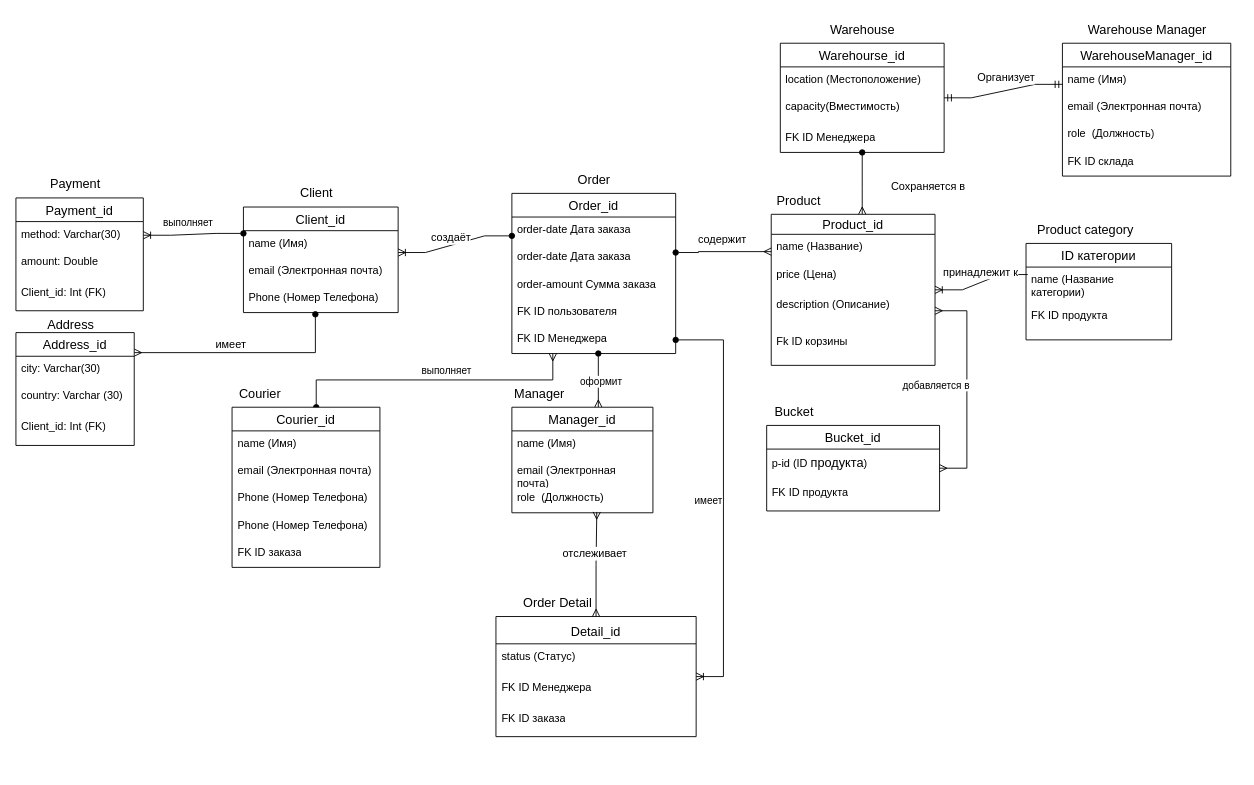
Above: obos_6th.drawio in mati-tech/draw.io (draw.io), before the change. Source tidied: cells renumbered, new cells numbered last; positions are measured from the earlier drawing's top-left corner, leaving out a move shared by most shapes. Both pictures are drawn from the tidied source at 91%, with x=0, y=0 at pixel (15, 15).
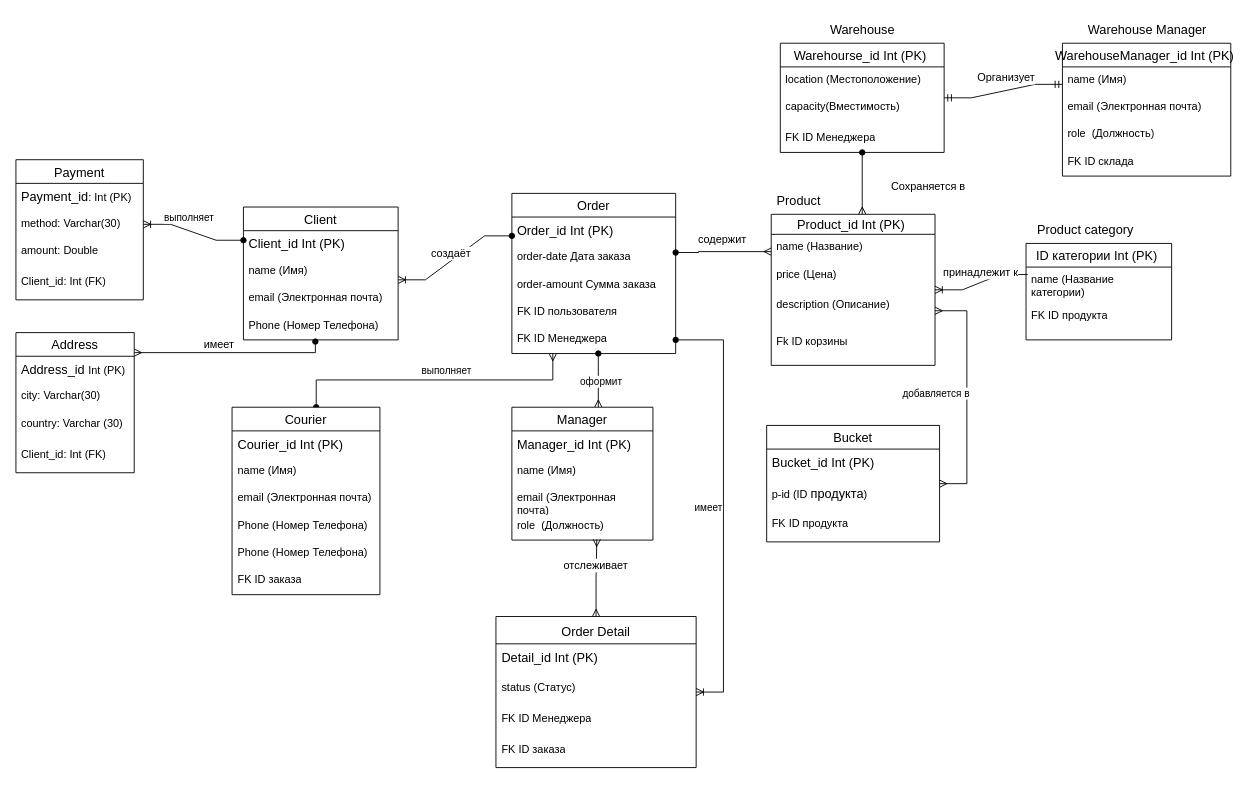
After the change.

The edit, as a diff of the source:
```diff
@@
-    <mxCell id="2" value="Client_id" style="swimlane;fontStyle=0;horizontal=1;startSize=26;align=center;fontSize=14;" parent="1" vertex="1">
-      <mxGeometry x="250" y="210" width="170" height="116" as="geometry" />
+    <mxCell id="2" value="Client" style="swimlane;fontStyle=0;horizontal=1;startSize=26;align=center;fontSize=14;" parent="1" vertex="1">
+      <mxGeometry x="250" y="210" width="170" height="146" as="geometry" />
     </mxCell>
+    <mxCell id="90" value="&lt;div&gt;&lt;span style=&quot;font-size: 14px; text-align: center; text-wrap-mode: nowrap;&quot;&gt;Client_id&amp;nbsp;Int (PK)&amp;nbsp;&lt;/span&gt;&lt;/div&gt;" style="text;strokeColor=none;fillColor=none;spacingLeft=4;spacingRight=4;overflow=hidden;fontSize=12;whiteSpace=wrap;html=1;" parent="2" vertex="1">
+      <mxGeometry y="26" width="170" height="30" as="geometry" />
+    </mxCell>
     <mxCell id="3" value="name (Имя)&lt;div&gt;&lt;br&gt;&lt;/div&gt;" style="text;strokeColor=none;fillColor=none;spacingLeft=4;spacingRight=4;overflow=hidden;points=[[0,0.5],[1,0.5]];portConstraint=eastwest;fontSize=12;whiteSpace=wrap;html=1;" parent="2" vertex="1">
-      <mxGeometry y="26" width="170" height="30" as="geometry" />
+      <mxGeometry y="56" width="170" height="30" as="geometry" />
     </mxCell>
     <mxCell id="4" value="email (Электронная почта)&lt;div&gt;&lt;br&gt;&lt;/div&gt;" style="text;strokeColor=none;fillColor=none;spacingLeft=4;spacingRight=4;overflow=hidden;fontSize=12;whiteSpace=wrap;html=1;" parent="2" vertex="1">
-      <mxGeometry y="56" width="170" height="30" as="geometry" />
+      <mxGeometry y="86" width="170" height="30" as="geometry" />
     </mxCell>
     <mxCell id="5" value="Phone (Номер Телефона)&lt;div&gt;&lt;br&gt;&lt;/div&gt;" style="text;strokeColor=none;fillColor=none;spacingLeft=4;spacingRight=4;overflow=hidden;points=[[0,0.5],[1,0.5]];portConstraint=eastwest;fontSize=12;whiteSpace=wrap;html=1;" parent="2" vertex="1">
-      <mxGeometry y="86" width="170" height="30" as="geometry" />
+      <mxGeometry y="116" width="170" height="30" as="geometry" />
     </mxCell>
@@
-    <mxCell id="8" value="Order_id" style="swimlane;fontStyle=0;horizontal=1;startSize=26;align=center;fontSize=14;" parent="1" vertex="1">
+    <mxCell id="8" value="Order" style="swimlane;fontStyle=0;horizontal=1;startSize=26;align=center;fontSize=14;" parent="1" vertex="1">
       <mxGeometry x="545" y="195" width="180" height="176" as="geometry" />
     </mxCell>
-    <mxCell id="9" value="order-date&amp;nbsp;&lt;span style=&quot;background-color: initial;&quot;&gt;Дата заказа&lt;/span&gt;&lt;div&gt;&lt;span style=&quot;background-color: initial;&quot;&gt;&lt;br&gt;&lt;/span&gt;&lt;/div&gt;" style="text;strokeColor=none;fillColor=none;spacingLeft=4;spacingRight=4;overflow=hidden;points=[[0,0.5],[1,0.5]];portConstraint=eastwest;fontSize=12;whiteSpace=wrap;html=1;" parent="8" vertex="1">
+    <mxCell id="9" value="&lt;div&gt;&lt;span style=&quot;font-size: 14px; text-align: center; text-wrap-mode: nowrap;&quot;&gt;Order_id&amp;nbsp;Int (PK)&amp;nbsp;&lt;/span&gt;&lt;span style=&quot;background-color: initial;&quot;&gt;&lt;/span&gt;&lt;/div&gt;" style="text;strokeColor=none;fillColor=none;spacingLeft=4;spacingRight=4;overflow=hidden;points=[[0,0.5],[1,0.5]];portConstraint=eastwest;fontSize=12;whiteSpace=wrap;html=1;" parent="8" vertex="1">
       <mxGeometry y="26" width="180" height="30" as="geometry" />
     </mxCell>
@@
-    <mxCell id="14" value="Product_id" style="swimlane;fontStyle=0;horizontal=1;startSize=22;align=center;fontSize=14;" parent="1" vertex="1">
+    <mxCell id="14" value="Product_id Int (PK) " style="swimlane;fontStyle=0;horizontal=1;startSize=22;align=center;fontSize=14;" parent="1" vertex="1">
       <mxGeometry x="830" y="218" width="180" height="166" as="geometry" />
     </mxCell>
@@
-    <mxCell id="19" value="ID категории" style="swimlane;fontStyle=0;horizontal=1;startSize=26;align=center;fontSize=14;" parent="1" vertex="1">
+    <mxCell id="19" value="ID категории Int (PK) " style="swimlane;fontStyle=0;horizontal=1;startSize=26;align=center;fontSize=14;" parent="1" vertex="1">
       <mxGeometry x="1110" y="250" width="160" height="106" as="geometry" />
     </mxCell>
@@
-    <mxCell id="22" value="Payment_id" style="swimlane;fontStyle=0;horizontal=1;startSize=26;align=center;fontSize=14;" parent="1" vertex="1">
-      <mxGeometry y="200" width="140" height="124" as="geometry" />
+    <mxCell id="22" value="Payment" style="swimlane;fontStyle=0;horizontal=1;startSize=26;align=center;fontSize=14;" parent="1" vertex="1">
+      <mxGeometry y="158" width="140" height="154" as="geometry" />
     </mxCell>
+    <mxCell id="91" value="&lt;div&gt;&lt;span style=&quot;font-size: 14px; text-align: center; text-wrap-mode: nowrap; background-color: initial;&quot;&gt;Payment_id&lt;/span&gt;&lt;span style=&quot;background-color: initial;&quot;&gt;: Int (PK)&amp;nbsp;&lt;/span&gt;&lt;/div&gt;" style="text;strokeColor=none;fillColor=none;spacingLeft=4;spacingRight=4;overflow=hidden;fontSize=12;whiteSpace=wrap;html=1;" parent="22" vertex="1">
+      <mxGeometry y="26" width="140" height="30" as="geometry" />
+    </mxCell>
     <mxCell id="23" value="&lt;div&gt;&lt;div&gt;&lt;span style=&quot;background-color: initial;&quot;&gt;method: Varchar(30)&lt;/span&gt;&lt;/div&gt;&lt;/div&gt;" style="text;strokeColor=none;fillColor=none;spacingLeft=4;spacingRight=4;overflow=hidden;points=[[0,0.5],[1,0.5]];portConstraint=eastwest;fontSize=12;whiteSpace=wrap;html=1;" parent="22" vertex="1">
-      <mxGeometry y="26" width="140" height="30" as="geometry" />
+      <mxGeometry y="56" width="140" height="30" as="geometry" />
     </mxCell>
     <mxCell id="24" value="amount: Double&amp;nbsp;" style="text;strokeColor=none;fillColor=none;spacingLeft=4;spacingRight=4;overflow=hidden;fontSize=12;whiteSpace=wrap;html=1;" parent="22" vertex="1">
-      <mxGeometry y="56" width="140" height="34" as="geometry" />
+      <mxGeometry y="86" width="140" height="34" as="geometry" />
     </mxCell>
     <mxCell id="25" value="&lt;span style=&quot;text-align: center; text-wrap-mode: nowrap;&quot;&gt;&lt;font style=&quot;font-size: 12px;&quot;&gt;Client_id: Int (FK)&lt;/font&gt;&lt;/span&gt;" style="text;strokeColor=none;fillColor=none;spacingLeft=4;spacingRight=4;overflow=hidden;fontSize=12;whiteSpace=wrap;html=1;" parent="22" vertex="1">
-      <mxGeometry y="90" width="140" height="34" as="geometry" />
+      <mxGeometry y="120" width="140" height="34" as="geometry" />
     </mxCell>
@@
-    <mxCell id="28" value="Address_id" style="swimlane;fontStyle=0;horizontal=1;startSize=26;align=center;fontSize=14;" parent="1" vertex="1">
-      <mxGeometry y="348" width="130" height="124" as="geometry" />
+    <mxCell id="28" value="Address" style="swimlane;fontStyle=0;horizontal=1;startSize=26;align=center;fontSize=14;" parent="1" vertex="1">
+      <mxGeometry y="348" width="130" height="154" as="geometry" />
     </mxCell>
+    <mxCell id="92" value="&lt;span style=&quot;font-size: 14px; text-align: center; text-wrap-mode: nowrap;&quot;&gt;Address_id&amp;nbsp;&lt;/span&gt;Int (PK)&amp;nbsp;" style="text;strokeColor=none;fillColor=none;spacingLeft=4;spacingRight=4;overflow=hidden;fontSize=12;whiteSpace=wrap;html=1;" parent="28" vertex="1">
+      <mxGeometry y="26" width="130" height="30" as="geometry" />
+    </mxCell>
     <mxCell id="29" value="&lt;div&gt;&lt;span style=&quot;background-color: initial;&quot;&gt;city: Varchar(30)&lt;/span&gt;&lt;/div&gt;" style="text;strokeColor=none;fillColor=none;spacingLeft=4;spacingRight=4;overflow=hidden;fontSize=12;whiteSpace=wrap;html=1;" parent="28" vertex="1">
-      <mxGeometry y="26" width="130" height="30" as="geometry" />
+      <mxGeometry y="56" width="130" height="30" as="geometry" />
     </mxCell>
     <mxCell id="30" value="&lt;div&gt;&lt;span style=&quot;background-color: initial;&quot;&gt;country: Varchar (30)&lt;/span&gt;&lt;/div&gt;" style="text;strokeColor=none;fillColor=none;spacingLeft=4;spacingRight=4;overflow=hidden;fontSize=12;whiteSpace=wrap;html=1;" parent="28" vertex="1">
-      <mxGeometry y="56" width="130" height="34" as="geometry" />
+      <mxGeometry y="86" width="130" height="34" as="geometry" />
     </mxCell>
     <mxCell id="31" value="&lt;span style=&quot;text-align: center; text-wrap-mode: nowrap;&quot;&gt;Client_id: Int (FK)&lt;/span&gt;" style="text;strokeColor=none;fillColor=none;spacingLeft=4;spacingRight=4;overflow=hidden;fontSize=12;whiteSpace=wrap;html=1;" parent="28" vertex="1">
-      <mxGeometry y="90" width="130" height="34" as="geometry" />
+      <mxGeometry y="120" width="130" height="34" as="geometry" />
     </mxCell>
-    <mxCell id="32" value="Detail_id" style="swimlane;fontStyle=0;horizontal=1;startSize=30;align=center;fontSize=14;spacingTop=1;" parent="1" vertex="1">
-      <mxGeometry x="527.5" y="660" width="220" height="132" as="geometry" />
+    <mxCell id="32" value="Order Detail" style="swimlane;fontStyle=0;horizontal=1;startSize=30;align=center;fontSize=14;spacingTop=1;" parent="1" vertex="1">
+      <mxGeometry x="527.5" y="660" width="220" height="166" as="geometry" />
     </mxCell>
-    <mxCell id="33" value="status (Статус)&lt;div&gt;&lt;br&gt;&lt;/div&gt;" style="text;strokeColor=none;fillColor=none;spacingLeft=4;spacingRight=4;overflow=hidden;fontSize=12;whiteSpace=wrap;html=1;" parent="32" vertex="1">
+    <mxCell id="33" value="&lt;div&gt;&lt;span style=&quot;font-size: 14px; text-align: center; text-wrap-mode: nowrap;&quot;&gt;Detail_id&amp;nbsp;Int (PK)&amp;nbsp;&lt;/span&gt;&lt;/div&gt;" style="text;strokeColor=none;fillColor=none;spacingLeft=4;spacingRight=4;overflow=hidden;fontSize=12;whiteSpace=wrap;html=1;" parent="32" vertex="1">
       <mxGeometry y="30" width="220" height="34" as="geometry" />
     </mxCell>
+    <mxCell id="93" value="status (Статус)&lt;div&gt;&lt;br&gt;&lt;/div&gt;" style="text;strokeColor=none;fillColor=none;spacingLeft=4;spacingRight=4;overflow=hidden;fontSize=12;whiteSpace=wrap;html=1;" parent="32" vertex="1">
+      <mxGeometry y="64" width="220" height="34" as="geometry" />
+    </mxCell>
     <mxCell id="34" value="&lt;div&gt;&lt;span style=&quot;text-wrap-mode: nowrap; text-align: center;&quot;&gt;FK&amp;nbsp;&lt;/span&gt;&lt;span style=&quot;text-wrap-mode: nowrap; background-color: initial; text-align: center;&quot;&gt;ID Менеджера&lt;/span&gt;&lt;/div&gt;" style="text;strokeColor=none;fillColor=none;spacingLeft=4;spacingRight=4;overflow=hidden;fontSize=12;whiteSpace=wrap;html=1;" parent="32" vertex="1">
-      <mxGeometry y="64" width="220" height="34" as="geometry" />
+      <mxGeometry y="98" width="220" height="34" as="geometry" />
     </mxCell>
     <mxCell id="35" value="&lt;div&gt;FK ID заказа&lt;/div&gt;" style="text;strokeColor=none;fillColor=none;spacingLeft=4;spacingRight=4;overflow=hidden;fontSize=12;whiteSpace=wrap;html=1;" parent="32" vertex="1">
-      <mxGeometry y="98" width="220" height="34" as="geometry" />
+      <mxGeometry y="132" width="220" height="34" as="geometry" />
     </mxCell>
-    <mxCell id="36" value="Bucket_id" style="swimlane;fontStyle=0;horizontal=1;startSize=26;align=center;fontSize=14;" parent="1" vertex="1">
-      <mxGeometry x="825" y="450" width="190" height="94" as="geometry" />
+    <mxCell id="36" value="Bucket" style="swimlane;fontStyle=0;horizontal=1;startSize=26;align=center;fontSize=14;" parent="1" vertex="1">
+      <mxGeometry x="825" y="450" width="190" height="128" as="geometry" />
     </mxCell>
-    <mxCell id="37" value="p-id (&lt;span style=&quot;background-color: initial;&quot;&gt;ID&amp;nbsp;&lt;/span&gt;&lt;span style=&quot;font-size: 14px; text-align: center; text-wrap-mode: nowrap;&quot;&gt;продукта&lt;/span&gt;)&lt;div&gt;&lt;br&gt;&lt;/div&gt;" style="text;strokeColor=none;fillColor=none;spacingLeft=4;spacingRight=4;overflow=hidden;fontSize=12;whiteSpace=wrap;html=1;" parent="36" vertex="1">
+    <mxCell id="37" value="&lt;div&gt;&lt;span style=&quot;font-size: 14px; text-align: center; text-wrap-mode: nowrap;&quot;&gt;Bucket_id&amp;nbsp;Int (PK)&amp;nbsp;&lt;/span&gt;&lt;/div&gt;" style="text;strokeColor=none;fillColor=none;spacingLeft=4;spacingRight=4;overflow=hidden;fontSize=12;whiteSpace=wrap;html=1;" parent="36" vertex="1">
       <mxGeometry y="26" width="190" height="34" as="geometry" />
     </mxCell>
+    <mxCell id="94" value="p-id (&lt;span style=&quot;background-color: initial;&quot;&gt;ID&amp;nbsp;&lt;/span&gt;&lt;span style=&quot;font-size: 14px; text-align: center; text-wrap-mode: nowrap;&quot;&gt;продукта&lt;/span&gt;)&lt;div&gt;&lt;br&gt;&lt;/div&gt;" style="text;strokeColor=none;fillColor=none;spacingLeft=4;spacingRight=4;overflow=hidden;fontSize=12;whiteSpace=wrap;html=1;" parent="36" vertex="1">
+      <mxGeometry y="60" width="190" height="34" as="geometry" />
+    </mxCell>
     <mxCell id="38" value="&lt;div&gt;&lt;span style=&quot;text-align: center; text-wrap-mode: nowrap;&quot;&gt;&lt;font style=&quot;font-size: 12px;&quot;&gt;FK ID продукта&lt;/font&gt;&lt;/span&gt;&lt;/div&gt;" style="text;strokeColor=none;fillColor=none;spacingLeft=4;spacingRight=4;overflow=hidden;fontSize=12;whiteSpace=wrap;html=1;" parent="36" vertex="1">
-      <mxGeometry y="60" width="190" height="34" as="geometry" />
+      <mxGeometry y="94" width="190" height="34" as="geometry" />
     </mxCell>
@@
-    <mxCell id="51" value="Manager_id" style="swimlane;fontStyle=0;horizontal=1;startSize=26;align=center;fontSize=14;" parent="1" vertex="1">
-      <mxGeometry x="545" y="430" width="155" height="116" as="geometry" />
+    <mxCell id="51" value="Manager" style="swimlane;fontStyle=0;horizontal=1;startSize=26;align=center;fontSize=14;" parent="1" vertex="1">
+      <mxGeometry x="545" y="430" width="155" height="146" as="geometry" />
     </mxCell>
+    <mxCell id="95" value="&lt;div&gt;&lt;span style=&quot;font-size: 14px; text-align: center; text-wrap-mode: nowrap;&quot;&gt;Manager_id&amp;nbsp;Int (PK)&amp;nbsp;&lt;/span&gt;&lt;/div&gt;" style="text;strokeColor=none;fillColor=none;spacingLeft=4;spacingRight=4;overflow=hidden;fontSize=12;whiteSpace=wrap;html=1;" parent="51" vertex="1">
+      <mxGeometry y="26" width="155" height="30" as="geometry" />
+    </mxCell>
     <mxCell id="52" value="name (Имя)&lt;div&gt;&lt;br&gt;&lt;/div&gt;" style="text;strokeColor=none;fillColor=none;spacingLeft=4;spacingRight=4;overflow=hidden;fontSize=12;whiteSpace=wrap;html=1;" parent="51" vertex="1">
-      <mxGeometry y="26" width="155" height="30" as="geometry" />
+      <mxGeometry y="56" width="155" height="30" as="geometry" />
     </mxCell>
     <mxCell id="53" value="email (Электронная почта)&lt;div&gt;&lt;br&gt;&lt;/div&gt;" style="text;strokeColor=none;fillColor=none;spacingLeft=4;spacingRight=4;overflow=hidden;fontSize=12;whiteSpace=wrap;html=1;" parent="51" vertex="1">
-      <mxGeometry y="56" width="155" height="30" as="geometry" />
+      <mxGeometry y="86" width="155" height="30" as="geometry" />
     </mxCell>
     <mxCell id="54" value="role&amp;nbsp; (Должность)&lt;div&gt;&lt;br&gt;&lt;/div&gt;" style="text;strokeColor=none;fillColor=none;spacingLeft=4;spacingRight=4;overflow=hidden;points=[[0,0.5],[1,0.5]];portConstraint=eastwest;fontSize=12;whiteSpace=wrap;html=1;" parent="51" vertex="1">
-      <mxGeometry y="86" width="155" height="30" as="geometry" />
+      <mxGeometry y="116" width="155" height="30" as="geometry" />
     </mxCell>
@@
-    <mxCell id="57" value="Warehourse_id" style="swimlane;fontStyle=0;horizontal=1;startSize=26;align=center;fontSize=14;" parent="1" vertex="1">
+    <mxCell id="57" value="Warehourse_id Int (PK) " style="swimlane;fontStyle=0;horizontal=1;startSize=26;align=center;fontSize=14;" parent="1" vertex="1">
       <mxGeometry x="840" y="30" width="180" height="120" as="geometry" />
     </mxCell>
@@
-    <mxCell id="61" value="WarehouseManager_id" style="swimlane;fontStyle=0;horizontal=1;startSize=26;align=center;fontSize=14;" parent="1" vertex="1">
+    <mxCell id="61" value="WarehouseManager_id Int (PK) " style="swimlane;fontStyle=0;horizontal=1;startSize=26;align=center;fontSize=14;" parent="1" vertex="1">
       <mxGeometry x="1150" y="30" width="185" height="146" as="geometry" />
     </mxCell>
@@
-    <mxCell id="71" value="Courier_id" style="swimlane;fontStyle=0;horizontal=1;startSize=26;align=center;fontSize=14;" parent="1" vertex="1">
-      <mxGeometry x="237.5" y="430" width="162.5" height="176" as="geometry" />
+    <mxCell id="71" value="Courier" style="swimlane;fontStyle=0;horizontal=1;startSize=26;align=center;fontSize=14;" parent="1" vertex="1">
+      <mxGeometry x="237.5" y="430" width="162.5" height="206" as="geometry" />
     </mxCell>
+    <mxCell id="96" value="&lt;div&gt;&lt;span style=&quot;font-size: 14px; text-align: center; text-wrap-mode: nowrap;&quot;&gt;Courier_id&amp;nbsp;Int (PK)&amp;nbsp;&lt;/span&gt;&lt;/div&gt;" style="text;strokeColor=none;fillColor=none;spacingLeft=4;spacingRight=4;overflow=hidden;fontSize=12;whiteSpace=wrap;html=1;" parent="71" vertex="1">
+      <mxGeometry y="26" width="162.5" height="30" as="geometry" />
+    </mxCell>
     <mxCell id="72" value="name (Имя)&lt;div&gt;&lt;br&gt;&lt;/div&gt;" style="text;strokeColor=none;fillColor=none;spacingLeft=4;spacingRight=4;overflow=hidden;fontSize=12;whiteSpace=wrap;html=1;" parent="71" vertex="1">
-      <mxGeometry y="26" width="162.5" height="30" as="geometry" />
+      <mxGeometry y="56" width="162.5" height="30" as="geometry" />
     </mxCell>
     <mxCell id="73" value="email (Электронная почта)&lt;div&gt;&lt;br&gt;&lt;/div&gt;" style="text;strokeColor=none;fillColor=none;spacingLeft=4;spacingRight=4;overflow=hidden;fontSize=12;whiteSpace=wrap;html=1;" parent="71" vertex="1">
-      <mxGeometry y="56" width="162.5" height="30" as="geometry" />
+      <mxGeometry y="86" width="162.5" height="30" as="geometry" />
     </mxCell>
     <mxCell id="74" value="Phone (Номер Телефона)&lt;div&gt;&lt;br&gt;&lt;/div&gt;" style="text;strokeColor=none;fillColor=none;spacingLeft=4;spacingRight=4;overflow=hidden;fontSize=12;whiteSpace=wrap;html=1;" parent="71" vertex="1">
-      <mxGeometry y="86" width="162.5" height="30" as="geometry" />
+      <mxGeometry y="116" width="162.5" height="30" as="geometry" />
     </mxCell>
     <mxCell id="75" value="Phone (Номер Телефона)&lt;div&gt;&lt;br&gt;&lt;/div&gt;" style="text;strokeColor=none;fillColor=none;spacingLeft=4;spacingRight=4;overflow=hidden;fontSize=12;whiteSpace=wrap;html=1;" parent="71" vertex="1">
-      <mxGeometry y="116" width="162.5" height="30" as="geometry" />
+      <mxGeometry y="146" width="162.5" height="30" as="geometry" />
     </mxCell>
     <mxCell id="76" value="&lt;div&gt;FK ID заказа&lt;/div&gt;" style="text;strokeColor=none;fillColor=none;spacingLeft=4;spacingRight=4;overflow=hidden;fontSize=12;whiteSpace=wrap;html=1;" parent="71" vertex="1">
-      <mxGeometry y="146" width="162.5" height="30" as="geometry" />
+      <mxGeometry y="176" width="162.5" height="30" as="geometry" />
     </mxCell>
-    <mxCell id="77" value="&lt;span style=&quot;font-size: 14px;&quot;&gt;Address&lt;/span&gt;" style="text;html=1;align=center;verticalAlign=middle;strokeColor=none;fillColor=none;" parent="1" vertex="1">
-      <mxGeometry x="25" y="324" width="70" height="30" as="geometry" />
-    </mxCell>
-    <mxCell id="78" value="&lt;span style=&quot;font-size: 14px;&quot;&gt;Payment&lt;/span&gt;" style="text;html=1;align=center;verticalAlign=middle;strokeColor=none;fillColor=none;" parent="1" vertex="1">
-      <mxGeometry x="25" y="170" width="80" height="30" as="geometry" />
-    </mxCell>
-    <mxCell id="79" value="&lt;span style=&quot;font-size: 14px;&quot;&gt;Client&lt;/span&gt;" style="text;html=1;align=center;verticalAlign=middle;strokeColor=none;fillColor=none;" parent="1" vertex="1">
-      <mxGeometry x="300" y="180" width="60" height="30" as="geometry" />
-    </mxCell>
-    <mxCell id="80" value="&lt;span style=&quot;font-size: 14px;&quot;&gt;Courier&lt;/span&gt;" style="text;html=1;align=center;verticalAlign=middle;strokeColor=none;fillColor=none;" parent="1" vertex="1">
-      <mxGeometry x="232.5" y="400" width="70" height="30" as="geometry" />
-    </mxCell>
-    <mxCell id="81" value="&lt;span style=&quot;font-size: 14px;&quot;&gt;Order&lt;/span&gt;" style="text;html=1;align=center;verticalAlign=middle;strokeColor=none;fillColor=none;" parent="1" vertex="1">
-      <mxGeometry x="605" y="165" width="60" height="30" as="geometry" />
-    </mxCell>
-    <mxCell id="82" value="&lt;span style=&quot;font-size: 14px;&quot;&gt;Manager&lt;/span&gt;" style="text;html=1;align=center;verticalAlign=middle;strokeColor=none;fillColor=none;" parent="1" vertex="1">
-      <mxGeometry x="535" y="400" width="80" height="30" as="geometry" />
-    </mxCell>
-    <mxCell id="83" value="&lt;span style=&quot;font-size: 14px;&quot;&gt;Order Detail&lt;/span&gt;" style="text;html=1;align=center;verticalAlign=middle;strokeColor=none;fillColor=none;" parent="1" vertex="1">
-      <mxGeometry x="545" y="630" width="100" height="30" as="geometry" />
-    </mxCell>
-    <mxCell id="84" value="&lt;span style=&quot;font-size: 14px;&quot;&gt;Bucket&lt;/span&gt;" style="text;html=1;align=center;verticalAlign=middle;strokeColor=none;fillColor=none;" parent="1" vertex="1">
-      <mxGeometry x="820" y="420" width="70" height="30" as="geometry" />
-    </mxCell>
```
